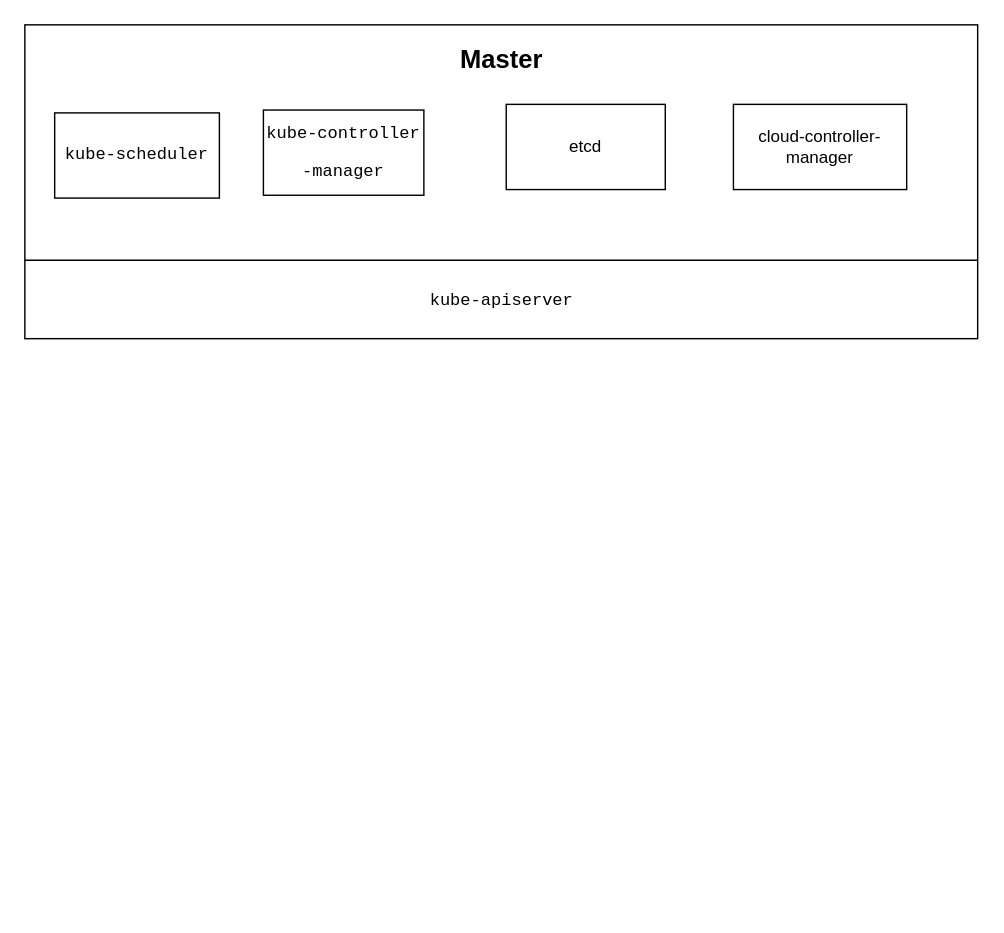
The draw.io diagram graduation_thesis.drawio in lmqqqqqq/drawio, before the edit. Source tidied: cells renumbered, new cells numbered last; positions are measured from the earlier drawing's top-left corner, leaving out a move shared by most shapes. Both pictures are drawn from the tidied source at 142%, with x=0, y=0 at pixel (24, 24).
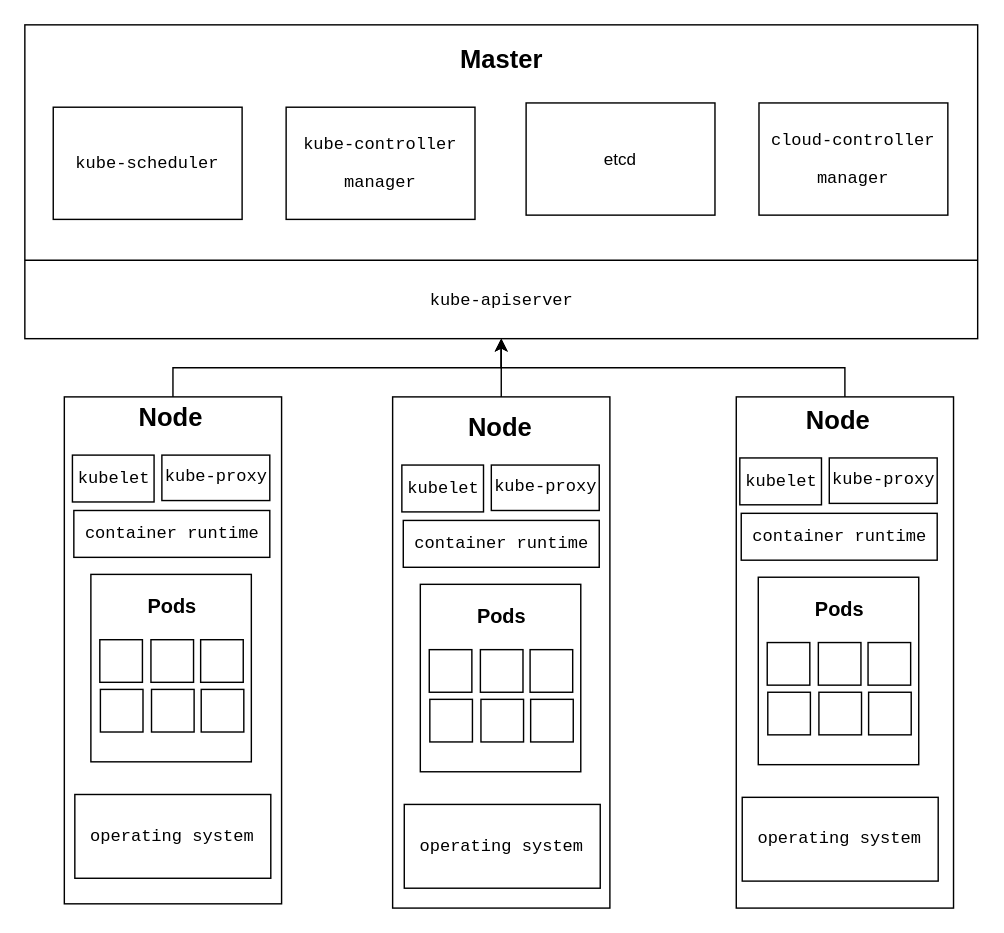
The same page after the edit.

Unchanged cells that the change refers to:
```xml
<mxCell id="2" value="&lt;h2 style=&quot;line-height: 170%;&quot;&gt;&lt;br&gt;&lt;/h2&gt;" style="rounded=0;whiteSpace=wrap;html=1;" parent="1" vertex="1">
  <mxGeometry width="671" height="221" as="geometry" />
</mxCell>
```

What changed in the source:
```diff
@@
     <mxCell id="3" value="&lt;pre&gt;kube-scheduler&lt;/pre&gt;" style="rounded=0;whiteSpace=wrap;html=1;" parent="1" vertex="1">
-      <mxGeometry x="21" y="62" width="116" height="60" as="geometry" />
+      <mxGeometry x="20" y="58" width="133" height="79" as="geometry" />
     </mxCell>
@@
-    <mxCell id="5" value="&lt;pre&gt;kube-controller&lt;/pre&gt;&lt;pre&gt;-manager&lt;/pre&gt;" style="rounded=0;whiteSpace=wrap;html=1;" parent="1" vertex="1">
-      <mxGeometry x="168" y="60" width="113" height="60" as="geometry" />
-    </mxCell>
-    <mxCell id="6" value="etcd" style="rounded=0;whiteSpace=wrap;html=1;" parent="1" vertex="1">
-      <mxGeometry x="339" y="56" width="112" height="60" as="geometry" />
-    </mxCell>
-    <mxCell id="7" value="cloud-controller-manager" style="rounded=0;whiteSpace=wrap;html=1;" parent="1" vertex="1">
-      <mxGeometry x="499" y="56" width="122" height="60" as="geometry" />
-    </mxCell>
@@
+    <mxCell id="10" value="&lt;pre&gt;&lt;pre&gt;kube-controller&lt;/pre&gt;&lt;pre&gt;manager&lt;/pre&gt;&lt;/pre&gt;" style="rounded=0;whiteSpace=wrap;html=1;" parent="1" vertex="1">
+      <mxGeometry x="184" y="58" width="133" height="79" as="geometry" />
+    </mxCell>
+    <mxCell id="6" value="&lt;pre&gt;&lt;span style=&quot;font-family: Helvetica; white-space: normal;&quot;&gt;etcd&lt;/span&gt;&lt;br&gt;&lt;/pre&gt;" style="rounded=0;whiteSpace=wrap;html=1;" parent="1" vertex="1">
+      <mxGeometry x="353" y="55" width="133" height="79" as="geometry" />
+    </mxCell>
+    <mxCell id="11" value="&lt;pre&gt;&lt;pre&gt;cloud-controller&lt;/pre&gt;&lt;pre&gt;manager&lt;/pre&gt;&lt;/pre&gt;" style="rounded=0;whiteSpace=wrap;html=1;" parent="1" vertex="1">
+      <mxGeometry x="517" y="55" width="133" height="79" as="geometry" />
+    </mxCell>
+    <mxCell id="12" style="edgeStyle=orthogonalEdgeStyle;rounded=0;jettySize=auto;html=1;entryX=0.5;entryY=1;entryDx=0;entryDy=0;" parent="1" edge="1" source="13" target="2">
+      <mxGeometry relative="1" as="geometry" />
+    </mxCell>
+    <mxCell id="13" style="rounded=0;whiteSpace=wrap;html=1;" parent="1" vertex="1">
+      <mxGeometry x="27.8" y="262" width="153" height="357" as="geometry" />
+    </mxCell>
+    <mxCell id="14" value="&lt;h2&gt;Node&lt;/h2&gt;" style="text;strokeColor=none;align=center;fillColor=none;html=1;verticalAlign=middle;whiteSpace=wrap;rounded=0;" parent="1" vertex="1">
+      <mxGeometry x="73" y="262" width="60" height="30" as="geometry" />
+    </mxCell>
+    <mxCell id="15" value="&lt;pre&gt;kubelet&lt;/pre&gt;" style="rounded=0;whiteSpace=wrap;html=1;" parent="1" vertex="1">
+      <mxGeometry x="33.5" y="303" width="57.5" height="33" as="geometry" />
+    </mxCell>
+    <mxCell id="16" value="&lt;pre&gt;kube-proxy&lt;/pre&gt;" style="rounded=0;whiteSpace=wrap;html=1;" parent="1" vertex="1">
+      <mxGeometry x="96.5" y="303" width="76" height="32" as="geometry" />
+    </mxCell>
+    <mxCell id="17" value="&lt;pre&gt;&lt;br&gt;&lt;/pre&gt;" style="rounded=0;whiteSpace=wrap;html=1;" parent="1" vertex="1">
+      <mxGeometry x="46.5" y="387" width="113" height="132" as="geometry" />
+    </mxCell>
+    <mxCell id="18" value="&lt;h3&gt;Pods&lt;/h3&gt;" style="text;strokeColor=none;align=center;fillColor=none;html=1;verticalAlign=middle;whiteSpace=wrap;rounded=0;" parent="1" vertex="1">
+      <mxGeometry x="73.5" y="395" width="60" height="30" as="geometry" />
+    </mxCell>
+    <mxCell id="19" style="rounded=0;whiteSpace=wrap;html=1;" parent="1" vertex="1">
+      <mxGeometry x="52.8" y="433" width="30" height="30" as="geometry" />
+    </mxCell>
+    <mxCell id="20" style="rounded=0;whiteSpace=wrap;html=1;" parent="1" vertex="1">
+      <mxGeometry x="88.8" y="433" width="30" height="30" as="geometry" />
+    </mxCell>
+    <mxCell id="21" style="rounded=0;whiteSpace=wrap;html=1;" parent="1" vertex="1">
+      <mxGeometry x="123.8" y="433" width="30" height="30" as="geometry" />
+    </mxCell>
+    <mxCell id="22" style="rounded=0;whiteSpace=wrap;html=1;" parent="1" vertex="1">
+      <mxGeometry x="53.2" y="468" width="30" height="30" as="geometry" />
+    </mxCell>
+    <mxCell id="23" style="rounded=0;whiteSpace=wrap;html=1;" parent="1" vertex="1">
+      <mxGeometry x="89.2" y="468" width="30" height="30" as="geometry" />
+    </mxCell>
+    <mxCell id="24" style="rounded=0;whiteSpace=wrap;html=1;" parent="1" vertex="1">
+      <mxGeometry x="124.2" y="468" width="30" height="30" as="geometry" />
+    </mxCell>
+    <mxCell id="25" value="&lt;pre&gt;container runtime&lt;/pre&gt;" style="rounded=0;whiteSpace=wrap;html=1;" parent="1" vertex="1">
+      <mxGeometry x="34.5" y="342" width="138" height="33" as="geometry" />
+    </mxCell>
+    <mxCell id="26" value="&lt;pre&gt;operating system&lt;/pre&gt;" style="rounded=0;whiteSpace=wrap;html=1;" parent="1" vertex="1">
+      <mxGeometry x="35.2" y="542" width="138" height="59" as="geometry" />
+    </mxCell>
+    <mxCell id="27" style="edgeStyle=orthogonalEdgeStyle;rounded=0;jettySize=auto;html=1;entryX=0.5;entryY=1;entryDx=0;entryDy=0;" parent="1" edge="1" source="28" target="2">
+      <mxGeometry relative="1" as="geometry" />
+    </mxCell>
+    <mxCell id="28" style="rounded=0;whiteSpace=wrap;html=1;" parent="1" vertex="1">
+      <mxGeometry x="259" y="262" width="153" height="360" as="geometry" />
+    </mxCell>
+    <mxCell id="29" value="&lt;h2&gt;Node&lt;/h2&gt;" style="text;strokeColor=none;align=center;fillColor=none;html=1;verticalAlign=middle;whiteSpace=wrap;rounded=0;" parent="1" vertex="1">
+      <mxGeometry x="305" y="269" width="60" height="30" as="geometry" />
+    </mxCell>
+    <mxCell id="30" value="&lt;pre&gt;kubelet&lt;/pre&gt;" style="rounded=0;whiteSpace=wrap;html=1;" parent="1" vertex="1">
+      <mxGeometry x="265.5" y="310" width="57.5" height="33" as="geometry" />
+    </mxCell>
+    <mxCell id="31" value="&lt;pre&gt;kube-proxy&lt;/pre&gt;" style="rounded=0;whiteSpace=wrap;html=1;" parent="1" vertex="1">
+      <mxGeometry x="328.5" y="310" width="76" height="32" as="geometry" />
+    </mxCell>
+    <mxCell id="32" value="&lt;pre&gt;&lt;br&gt;&lt;/pre&gt;" style="rounded=0;whiteSpace=wrap;html=1;" parent="1" vertex="1">
+      <mxGeometry x="278.5" y="394" width="113" height="132" as="geometry" />
+    </mxCell>
+    <mxCell id="33" value="&lt;h3&gt;Pods&lt;/h3&gt;" style="text;strokeColor=none;align=center;fillColor=none;html=1;verticalAlign=middle;whiteSpace=wrap;rounded=0;" parent="1" vertex="1">
+      <mxGeometry x="305.5" y="402" width="60" height="30" as="geometry" />
+    </mxCell>
+    <mxCell id="34" style="rounded=0;whiteSpace=wrap;html=1;" parent="1" vertex="1">
+      <mxGeometry x="284.8" y="440" width="30" height="30" as="geometry" />
+    </mxCell>
+    <mxCell id="35" style="rounded=0;whiteSpace=wrap;html=1;" parent="1" vertex="1">
+      <mxGeometry x="320.8" y="440" width="30" height="30" as="geometry" />
+    </mxCell>
+    <mxCell id="36" style="rounded=0;whiteSpace=wrap;html=1;" parent="1" vertex="1">
+      <mxGeometry x="355.8" y="440" width="30" height="30" as="geometry" />
+    </mxCell>
+    <mxCell id="37" style="rounded=0;whiteSpace=wrap;html=1;" parent="1" vertex="1">
+      <mxGeometry x="285.2" y="475" width="30" height="30" as="geometry" />
+    </mxCell>
+    <mxCell id="38" style="rounded=0;whiteSpace=wrap;html=1;" parent="1" vertex="1">
+      <mxGeometry x="321.2" y="475" width="30" height="30" as="geometry" />
+    </mxCell>
+    <mxCell id="39" style="rounded=0;whiteSpace=wrap;html=1;" parent="1" vertex="1">
+      <mxGeometry x="356.2" y="475" width="30" height="30" as="geometry" />
+    </mxCell>
+    <mxCell id="40" value="&lt;pre&gt;container runtime&lt;/pre&gt;" style="rounded=0;whiteSpace=wrap;html=1;" parent="1" vertex="1">
+      <mxGeometry x="266.5" y="349" width="138" height="33" as="geometry" />
+    </mxCell>
+    <mxCell id="41" value="&lt;pre&gt;operating system&lt;/pre&gt;" style="rounded=0;whiteSpace=wrap;html=1;" parent="1" vertex="1">
+      <mxGeometry x="267.2" y="549" width="138" height="59" as="geometry" />
+    </mxCell>
+    <mxCell id="42" style="edgeStyle=orthogonalEdgeStyle;rounded=0;jettySize=auto;html=1;entryX=0.5;entryY=1;entryDx=0;entryDy=0;" parent="1" edge="1" source="43" target="2">
+      <mxGeometry relative="1" as="geometry" />
+    </mxCell>
+    <mxCell id="43" style="rounded=0;whiteSpace=wrap;html=1;" parent="1" vertex="1">
+      <mxGeometry x="501" y="262" width="153" height="360" as="geometry" />
+    </mxCell>
+    <mxCell id="44" value="&lt;h2&gt;Node&lt;/h2&gt;" style="text;strokeColor=none;align=center;fillColor=none;html=1;verticalAlign=middle;whiteSpace=wrap;rounded=0;" parent="1" vertex="1">
+      <mxGeometry x="543" y="264" width="60" height="30" as="geometry" />
+    </mxCell>
+    <mxCell id="45" value="&lt;pre&gt;kubelet&lt;/pre&gt;" style="rounded=0;whiteSpace=wrap;html=1;" parent="1" vertex="1">
+      <mxGeometry x="503.5" y="305" width="57.5" height="33" as="geometry" />
+    </mxCell>
+    <mxCell id="46" value="&lt;pre&gt;kube-proxy&lt;/pre&gt;" style="rounded=0;whiteSpace=wrap;html=1;" parent="1" vertex="1">
+      <mxGeometry x="566.5" y="305" width="76" height="32" as="geometry" />
+    </mxCell>
+    <mxCell id="47" value="&lt;pre&gt;&lt;br&gt;&lt;/pre&gt;" style="rounded=0;whiteSpace=wrap;html=1;" parent="1" vertex="1">
+      <mxGeometry x="516.5" y="389" width="113" height="132" as="geometry" />
+    </mxCell>
+    <mxCell id="48" value="&lt;h3&gt;Pods&lt;/h3&gt;" style="text;strokeColor=none;align=center;fillColor=none;html=1;verticalAlign=middle;whiteSpace=wrap;rounded=0;" parent="1" vertex="1">
+      <mxGeometry x="543.5" y="397" width="60" height="30" as="geometry" />
+    </mxCell>
+    <mxCell id="49" style="rounded=0;whiteSpace=wrap;html=1;" parent="1" vertex="1">
+      <mxGeometry x="522.8" y="435" width="30" height="30" as="geometry" />
+    </mxCell>
+    <mxCell id="50" style="rounded=0;whiteSpace=wrap;html=1;" parent="1" vertex="1">
+      <mxGeometry x="558.8" y="435" width="30" height="30" as="geometry" />
+    </mxCell>
+    <mxCell id="51" style="rounded=0;whiteSpace=wrap;html=1;" parent="1" vertex="1">
+      <mxGeometry x="593.8" y="435" width="30" height="30" as="geometry" />
+    </mxCell>
+    <mxCell id="52" style="rounded=0;whiteSpace=wrap;html=1;" parent="1" vertex="1">
+      <mxGeometry x="523.2" y="470" width="30" height="30" as="geometry" />
+    </mxCell>
+    <mxCell id="53" style="rounded=0;whiteSpace=wrap;html=1;" parent="1" vertex="1">
+      <mxGeometry x="559.2" y="470" width="30" height="30" as="geometry" />
+    </mxCell>
+    <mxCell id="54" style="rounded=0;whiteSpace=wrap;html=1;" parent="1" vertex="1">
+      <mxGeometry x="594.2" y="470" width="30" height="30" as="geometry" />
+    </mxCell>
+    <mxCell id="55" value="&lt;pre&gt;container runtime&lt;/pre&gt;" style="rounded=0;whiteSpace=wrap;html=1;" parent="1" vertex="1">
+      <mxGeometry x="504.5" y="344" width="138" height="33" as="geometry" />
+    </mxCell>
+    <mxCell id="56" value="&lt;pre&gt;operating system&lt;/pre&gt;" style="rounded=0;whiteSpace=wrap;html=1;" parent="1" vertex="1">
+      <mxGeometry x="505.2" y="544" width="138" height="59" as="geometry" />
+    </mxCell>
```
